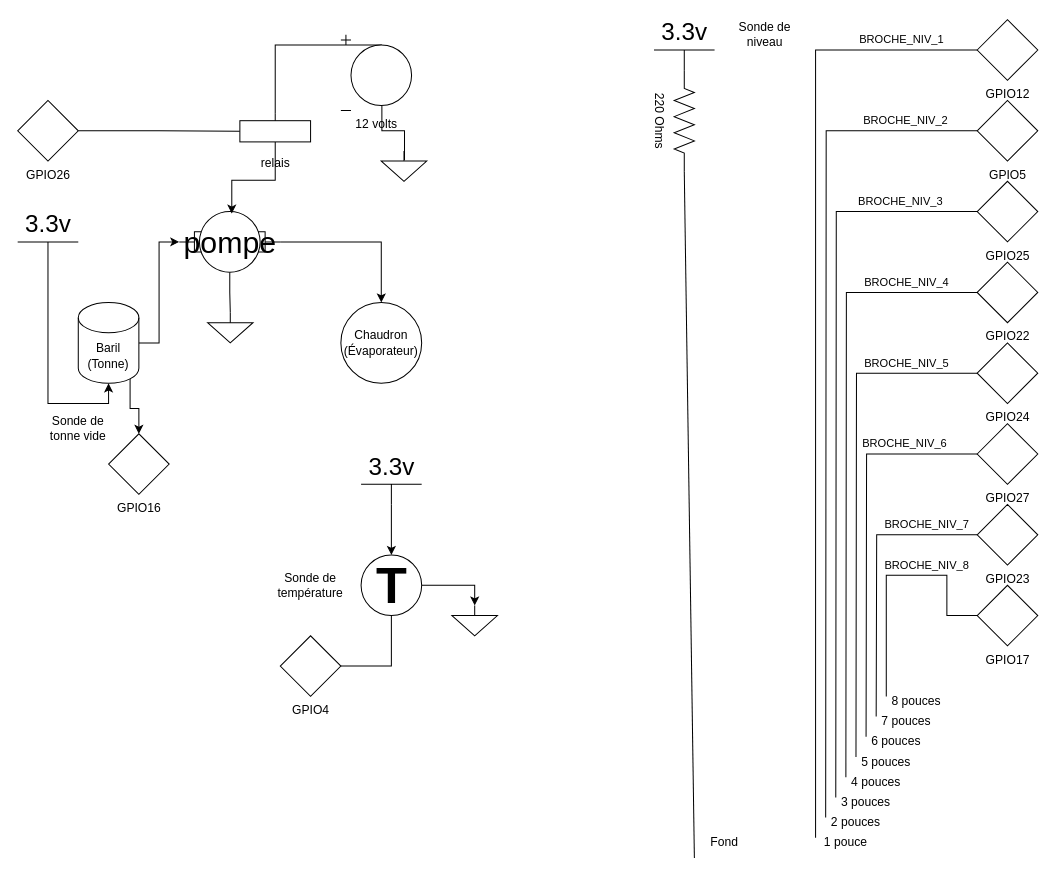
This is CabanaSucre.drawio from elfelip/cabanasucre, a draw.io file, before an edit. Source tidied: cells renumbered, new cells numbered last; positions are measured from the earlier drawing's top-left corner, leaving out a move shared by most shapes. Both pictures are drawn from the tidied source at 101%, with x=0, y=0 at pixel (17, 19).
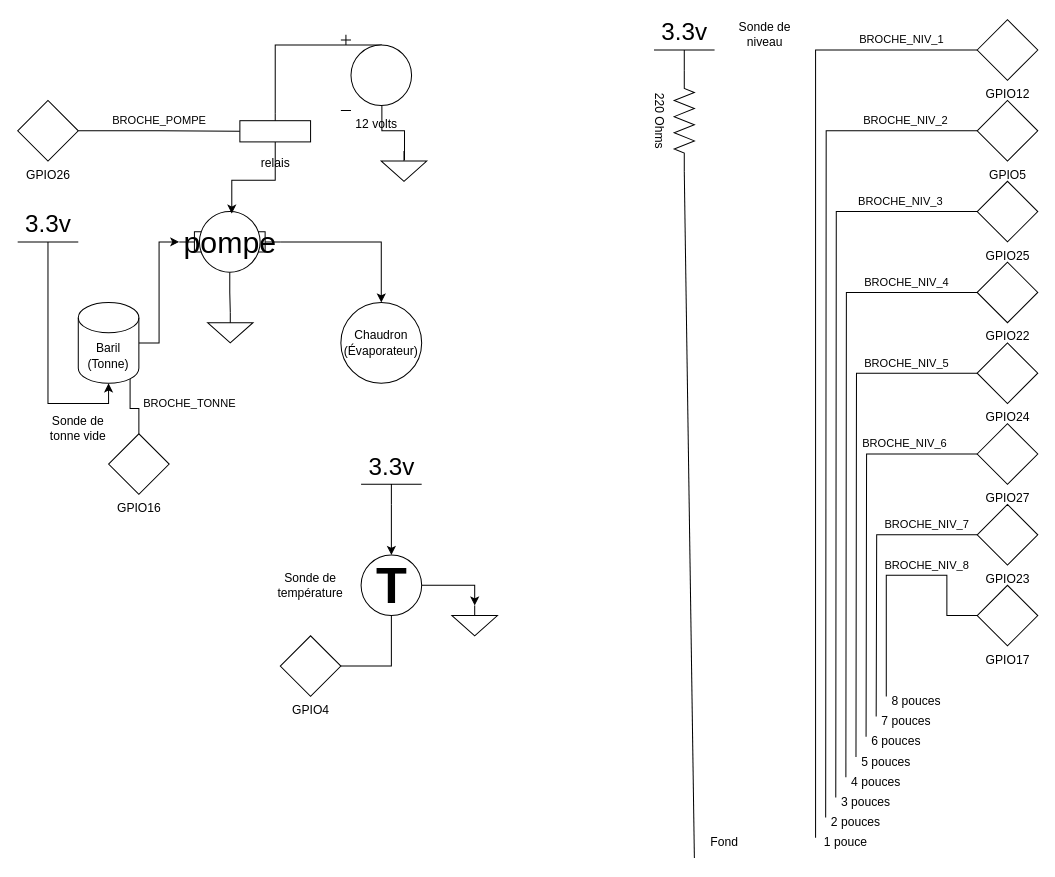
Above is the later version.

Unchanged cells that the change refers to:
```xml
<mxCell id="20" value="GPIO26" style="verticalLabelPosition=bottom;shadow=0;dashed=0;align=center;html=1;verticalAlign=top;shape=mxgraph.electrical.signal_sources.source;points=[[0.5,0,0],[1,0.5,0],[0.5,1,0],[0,0.5,0]];elSignalType=none;elSourceType=dependent;" parent="1" vertex="1">
  <mxGeometry y="80" width="60" height="60" as="geometry" />
</mxCell>
<mxCell id="43" value="relais" style="verticalLabelPosition=bottom;shadow=0;dashed=0;align=center;html=1;verticalAlign=top;shape=mxgraph.electrical.electro-mechanical.relay_coil;" parent="1" vertex="1">
  <mxGeometry x="220" y="93" width="70" height="35" as="geometry" />
</mxCell>
<mxCell id="47" value="Baril (Tonne)" style="shape=cylinder3;whiteSpace=wrap;html=1;boundedLbl=1;backgroundOutline=1;size=15;" parent="1" vertex="1">
  <mxGeometry x="60" y="280" width="60" height="80" as="geometry" />
</mxCell>
<mxCell id="51" value="GPIO16" style="verticalLabelPosition=bottom;shadow=0;dashed=0;align=center;html=1;verticalAlign=top;shape=mxgraph.electrical.signal_sources.source;points=[[0.5,0,0],[1,0.5,0],[0.5,1,0],[0,0.5,0]];elSignalType=none;elSourceType=dependent;" parent="1" vertex="1">
  <mxGeometry x="90" y="410" width="60" height="60" as="geometry" />
</mxCell>
```

Change to the diagram source:
```diff
@@
-    <mxCell id="19" style="edgeStyle=orthogonalEdgeStyle;rounded=0;jettySize=auto;html=1;exitX=1;exitY=0.5;exitDx=0;exitDy=0;exitPerimeter=0;endArrow=none;endFill=0;" parent="1" edge="1" source="20" target="43">
-      <mxGeometry relative="1" as="geometry" />
+    <mxCell id="19" value="BROCHE_POMPE" style="edgeStyle=orthogonalEdgeStyle;rounded=0;jettySize=auto;html=1;exitX=1;exitY=0.5;exitDx=0;exitDy=0;exitPerimeter=0;endArrow=none;endFill=0;" parent="1" edge="1" source="20" target="43">
+      <mxGeometry y="-10" relative="1" as="geometry">
+        <mxPoint x="10" y="-10" as="offset" />
+      </mxGeometry>
     </mxCell>
@@
-    <mxCell id="46" style="edgeStyle=orthogonalEdgeStyle;rounded=0;jettySize=auto;html=1;exitX=0.855;exitY=1;exitDx=0;exitDy=-4.35;exitPerimeter=0;entryX=0.5;entryY=0;entryDx=0;entryDy=0;entryPerimeter=0;endArrow=classic;endFill=1;" parent="1" edge="1" source="47" target="51">
-      <mxGeometry relative="1" as="geometry" />
+    <mxCell id="46" value="BROCHE_TONNE" style="edgeStyle=orthogonalEdgeStyle;rounded=0;jettySize=auto;html=1;exitX=0.855;exitY=1;exitDx=0;exitDy=-4.35;exitPerimeter=0;entryX=0.5;entryY=0;entryDx=0;entryDy=0;entryPerimeter=0;endArrow=none;endFill=0;" parent="1" edge="1" source="47" target="51">
+      <mxGeometry x="0.21" y="50" relative="1" as="geometry">
+        <mxPoint y="-5" as="offset" />
+      </mxGeometry>
     </mxCell>
```
